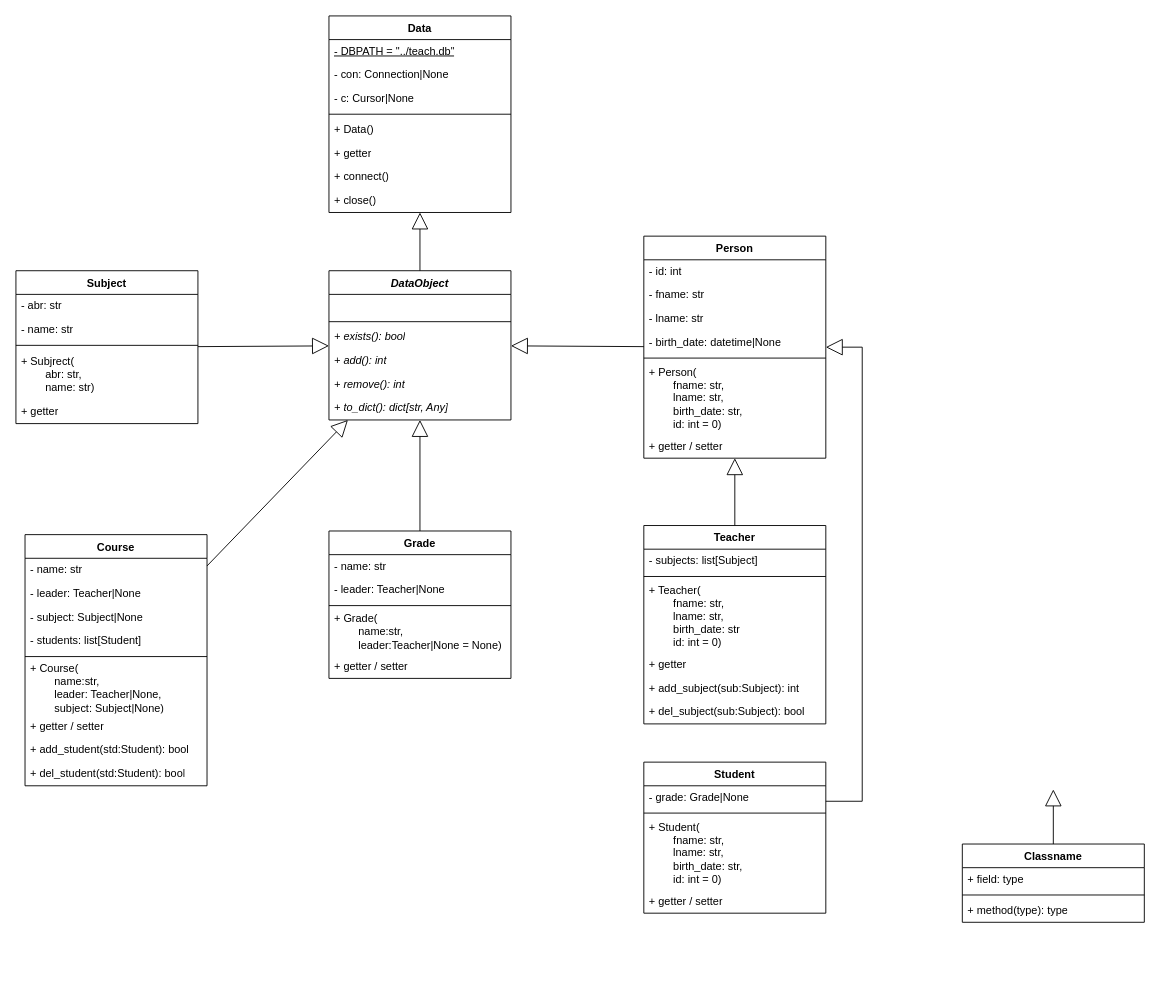
Before: drafts/database.drawio in elma1989/teach, a draw.io diagram. Source tidied: cells renumbered, new cells numbered last; positions are measured from the earlier drawing's top-left corner, leaving out a move shared by most shapes. Both pictures are drawn from the tidied source at 91%, with x=0, y=0 at pixel (15, 15).
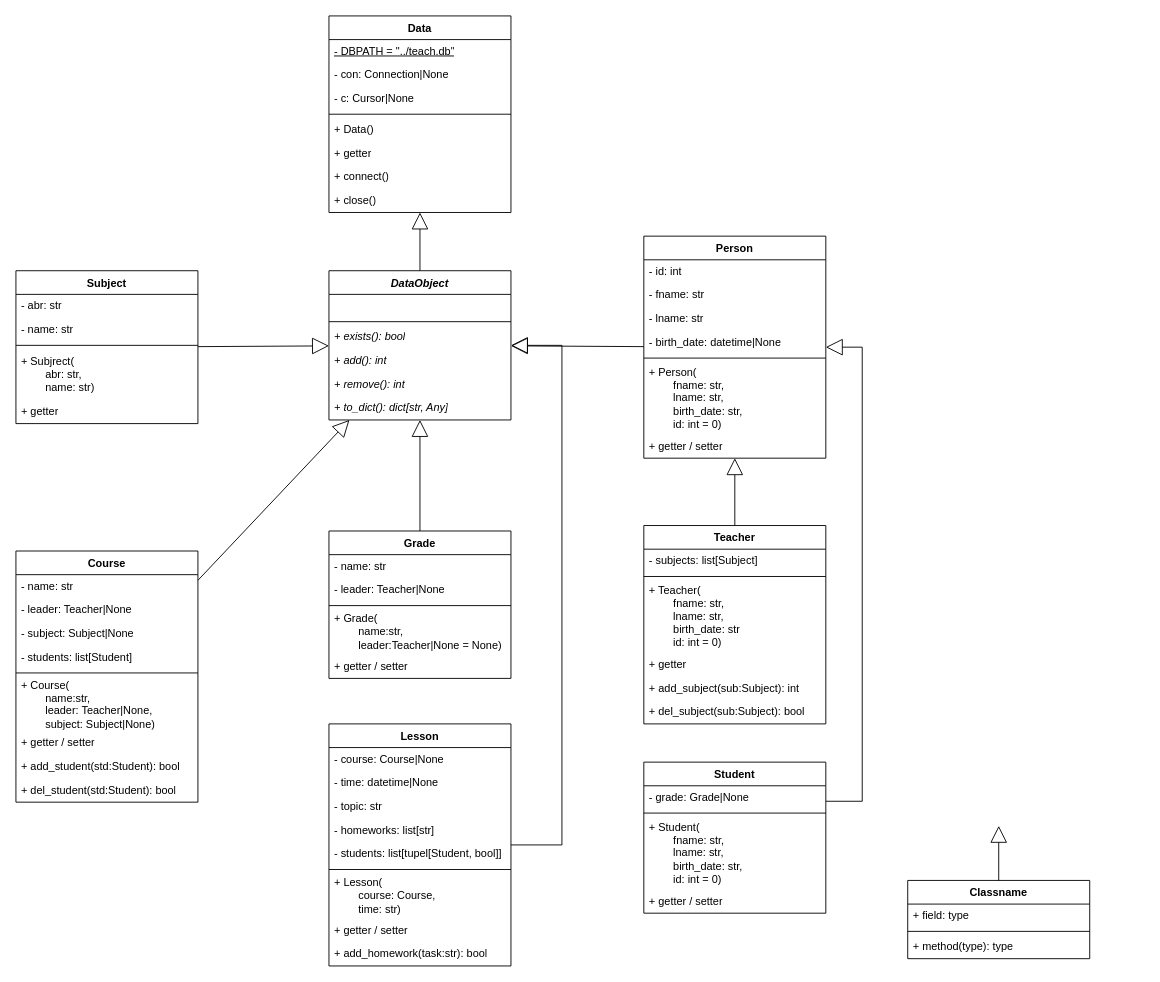
The same diagram, later.

Unchanged cells that the change refers to:
```xml
<mxCell id="16" value="DataObject" style="swimlane;fontStyle=3;align=center;verticalAlign=top;horizontal=1;startSize=26;whiteSpace=wrap;html=1;" parent="1" vertex="1">
  <mxGeometry x="344" y="280" width="200" height="164" as="geometry" />
</mxCell>
```

The edit, as a diff of the source:
```diff
@@
     <mxCell id="56" value="Classname" style="swimlane;fontStyle=1;align=center;verticalAlign=top;horizontal=1;startSize=26;whiteSpace=wrap;html=1;" parent="1" vertex="1">
-      <mxGeometry x="1040" y="910" width="200" height="86" as="geometry" />
+      <mxGeometry x="980" y="950" width="200" height="86" as="geometry" />
     </mxCell>
@@
     <mxCell id="60" style="endArrow=block;endSize=16;endFill=0;html=1;rounded=0;" parent="1" edge="1" source="56">
       <mxGeometry relative="1" as="geometry">
-        <mxPoint x="1140" y="850" as="targetPoint" />
+        <mxPoint x="1080" y="890" as="targetPoint" />
       </mxGeometry>
     </mxCell>
     <mxCell id="61" value="Course" style="swimlane;fontStyle=1;align=center;verticalAlign=top;horizontal=1;startSize=26;whiteSpace=wrap;html=1;" parent="1" vertex="1">
-      <mxGeometry x="10" y="570" width="200" height="276" as="geometry" />
+      <mxGeometry y="588" width="200" height="276" as="geometry" />
     </mxCell>
@@
+    <mxCell id="72" value="Lesson" style="swimlane;fontStyle=1;align=center;verticalAlign=top;horizontal=1;startSize=26;whiteSpace=wrap;html=1;" parent="1" vertex="1">
+      <mxGeometry x="344" y="778" width="200" height="266" as="geometry" />
+    </mxCell>
+    <mxCell id="73" value="- course: Course|None" style="text;strokeColor=none;fillColor=none;align=left;verticalAlign=middle;spacingLeft=4;spacingRight=4;overflow=hidden;whiteSpace=wrap;html=1;" parent="72" vertex="1">
+      <mxGeometry y="26" width="200" height="26" as="geometry" />
+    </mxCell>
+    <mxCell id="74" value="- time: datetime|None" style="text;strokeColor=none;fillColor=none;align=left;verticalAlign=middle;spacingLeft=4;spacingRight=4;overflow=hidden;whiteSpace=wrap;html=1;" parent="72" vertex="1">
+      <mxGeometry y="52" width="200" height="26" as="geometry" />
+    </mxCell>
+    <mxCell id="75" value="- topic: str" style="text;strokeColor=none;fillColor=none;align=left;verticalAlign=middle;spacingLeft=4;spacingRight=4;overflow=hidden;whiteSpace=wrap;html=1;" parent="72" vertex="1">
+      <mxGeometry y="78" width="200" height="26" as="geometry" />
+    </mxCell>
+    <mxCell id="76" value="- homeworks: list[str]" style="text;strokeColor=none;fillColor=none;align=left;verticalAlign=middle;spacingLeft=4;spacingRight=4;overflow=hidden;whiteSpace=wrap;html=1;" parent="72" vertex="1">
+      <mxGeometry y="104" width="200" height="26" as="geometry" />
+    </mxCell>
+    <mxCell id="77" value="- students: list[tupel[Student, bool]]" style="text;strokeColor=none;fillColor=none;align=left;verticalAlign=middle;spacingLeft=4;spacingRight=4;overflow=hidden;whiteSpace=wrap;html=1;" parent="72" vertex="1">
+      <mxGeometry y="130" width="200" height="26" as="geometry" />
+    </mxCell>
+    <mxCell id="78" style="line;strokeWidth=1;fillColor=none;align=left;verticalAlign=middle;spacingTop=-1;spacingLeft=3;spacingRight=3;labelPosition=right;strokeColor=inherit;" parent="72" vertex="1">
+      <mxGeometry y="156" width="200" height="8" as="geometry" />
+    </mxCell>
+    <mxCell id="79" value="&lt;div&gt;+ Lesson(&lt;/div&gt;&lt;div&gt;&lt;span style=&quot;white-space: pre;&quot;&gt;&#9;&lt;/span&gt;course: Course,&lt;/div&gt;&lt;div&gt;&lt;span style=&quot;white-space: pre;&quot;&gt;&#9;&lt;/span&gt;time: str)&lt;br&gt;&lt;/div&gt;" style="text;strokeColor=none;fillColor=none;align=left;verticalAlign=middle;spacingLeft=4;spacingRight=4;overflow=hidden;whiteSpace=wrap;html=1;" parent="72" vertex="1">
+      <mxGeometry y="164" width="200" height="50" as="geometry" />
+    </mxCell>
+    <mxCell id="80" value="+ getter / setter" style="text;strokeColor=none;fillColor=none;align=left;verticalAlign=middle;spacingLeft=4;spacingRight=4;overflow=hidden;whiteSpace=wrap;html=1;" parent="72" vertex="1">
+      <mxGeometry y="214" width="200" height="26" as="geometry" />
+    </mxCell>
+    <mxCell id="81" value="+ add_homework(task:str): bool" style="text;strokeColor=none;fillColor=none;align=left;verticalAlign=middle;spacingLeft=4;spacingRight=4;overflow=hidden;whiteSpace=wrap;html=1;" parent="72" vertex="1">
+      <mxGeometry y="240" width="200" height="26" as="geometry" />
+    </mxCell>
+    <mxCell id="82" style="endArrow=block;endSize=16;endFill=0;html=1;rounded=0;edgeStyle=orthogonalEdgeStyle;" parent="1" edge="1" source="72" target="16">
+      <mxGeometry relative="1" as="geometry">
+        <Array as="points">
+          <mxPoint x="600" y="911" />
+          <mxPoint x="600" y="362" />
+        </Array>
+      </mxGeometry>
+    </mxCell>
```
